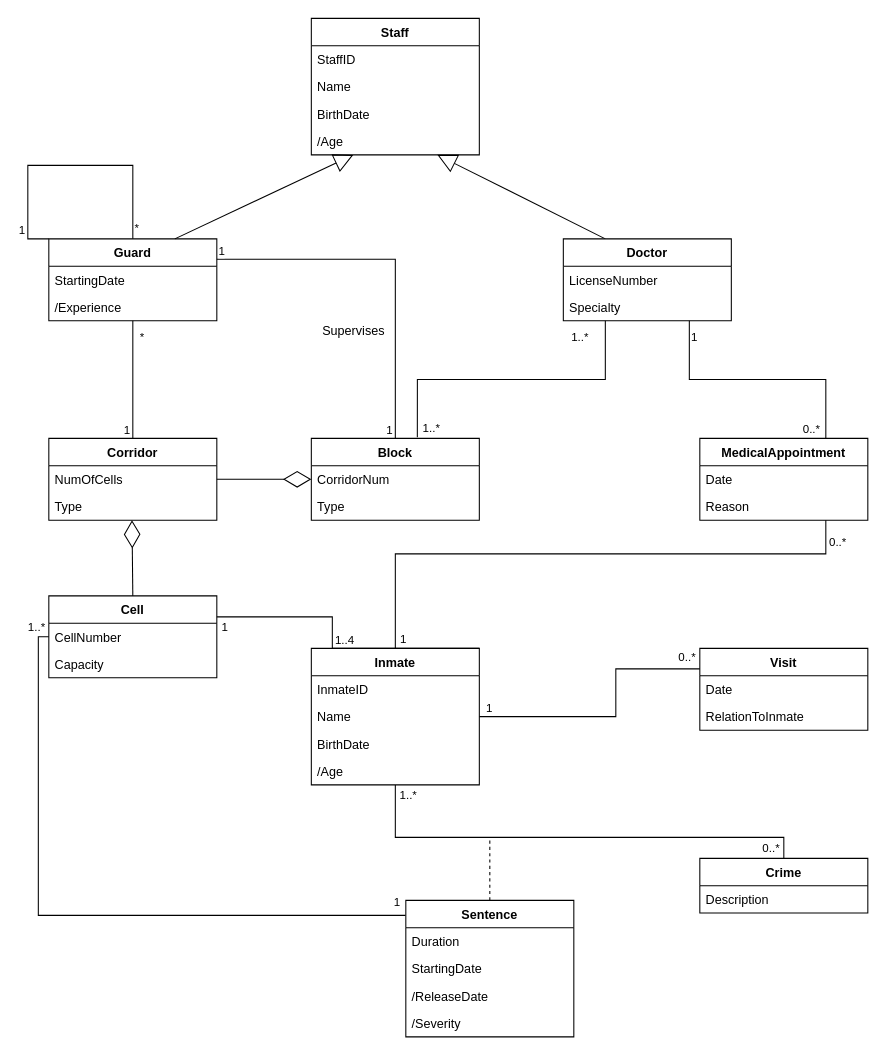
This is Untitled Diagram.drawio from up201706117/BD_PrisonProject, a draw.io file, before an edit. Source tidied: cells renumbered, new cells numbered last; positions are measured from the earlier drawing's top-left corner, leaving out a move shared by most shapes. Both pictures are drawn from the tidied source at 105%, with x=0, y=0 at pixel (27, 18).
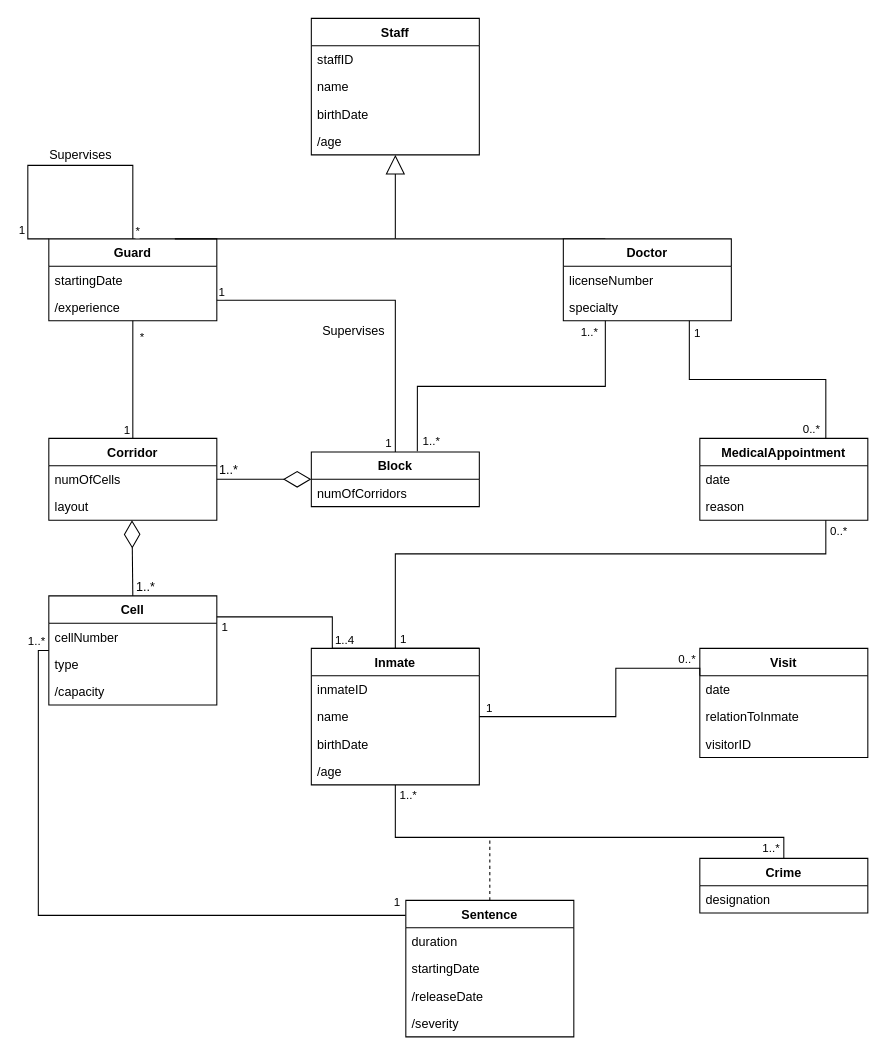
Above is the later version.

Unchanged cells that the change refers to:
```xml
<mxCell id="5" value="Corridor" style="swimlane;fontStyle=1;align=center;verticalAlign=top;horizontal=1;startSize=26;" parent="1" vertex="1">
  <mxGeometry x="20" y="400" width="160" height="78" as="geometry" />
</mxCell>
<mxCell id="8" value="Guard" style="swimlane;fontStyle=1;align=center;verticalAlign=top;horizontal=1;startSize=26;" parent="1" vertex="1">
  <mxGeometry x="20" y="210" width="160" height="78" as="geometry" />
</mxCell>
<mxCell id="14" value="Inmate" style="swimlane;fontStyle=1;align=center;verticalAlign=top;horizontal=1;startSize=26;" parent="1" vertex="1">
  <mxGeometry x="270" y="600" width="160" height="130" as="geometry" />
</mxCell>
<mxCell id="19" value="Sentence" style="swimlane;fontStyle=1;align=center;verticalAlign=top;horizontal=1;startSize=26;" parent="1" vertex="1">
  <mxGeometry x="360" y="840" width="160" height="130" as="geometry" />
</mxCell>
<mxCell id="24" value="Crime" style="swimlane;fontStyle=1;align=center;verticalAlign=top;horizontal=1;startSize=26;" parent="1" vertex="1">
  <mxGeometry x="640" y="800" width="160" height="52" as="geometry" />
</mxCell>
<mxCell id="30" value="Staff" style="swimlane;fontStyle=1;align=center;verticalAlign=top;horizontal=1;startSize=26;" parent="1" vertex="1">
  <mxGeometry x="270" width="160" height="130" as="geometry" />
</mxCell>
<mxCell id="39" value="MedicalAppointment" style="swimlane;fontStyle=1;align=center;verticalAlign=top;horizontal=1;startSize=26;" parent="1" vertex="1">
  <mxGeometry x="640" y="400" width="160" height="78" as="geometry" />
</mxCell>
<mxCell id="42" style="endArrow=none;html=1;edgeStyle=orthogonalEdgeStyle;rounded=0;strokeColor=#000000;entryX=1;entryY=0.5;entryDx=0;entryDy=0;exitX=0;exitY=0.25;exitDx=0;exitDy=0;" parent="1" edge="1" source="11" target="14">
  <mxGeometry relative="1" as="geometry">
    <Array as="points">
      <mxPoint x="560" y="619" />
      <mxPoint x="560" y="665" />
    </Array>
  </mxGeometry>
</mxCell>
<mxCell id="45" style="endArrow=none;html=1;edgeStyle=orthogonalEdgeStyle;rounded=0;strokeColor=#000000;exitX=0.5;exitY=0;exitDx=0;exitDy=0;entryX=0.5;entryY=1;entryDx=0;entryDy=0;" parent="1" edge="1" source="24" target="14">
  <mxGeometry relative="1" as="geometry">
    <Array as="points">
      <mxPoint x="720" y="780" />
      <mxPoint x="350" y="780" />
    </Array>
  </mxGeometry>
</mxCell>
<mxCell id="51" style="endArrow=none;html=1;edgeStyle=orthogonalEdgeStyle;rounded=0;strokeColor=#000000;entryX=0.75;entryY=0;entryDx=0;entryDy=0;exitX=0.75;exitY=1;exitDx=0;exitDy=0;" parent="1" edge="1" source="68" target="39">
  <mxGeometry relative="1" as="geometry" />
</mxCell>
<mxCell id="54" style="endArrow=none;html=1;edgeStyle=orthogonalEdgeStyle;rounded=0;strokeColor=#000000;exitX=1;exitY=0;exitDx=0;exitDy=0;entryX=0.75;entryY=1;entryDx=0;entryDy=0;" parent="1" edge="1" source="14" target="39">
  <mxGeometry relative="1" as="geometry">
    <Array as="points">
      <mxPoint x="350" y="600" />
      <mxPoint x="350" y="510" />
      <mxPoint x="760" y="510" />
    </Array>
  </mxGeometry>
</mxCell>
<mxCell id="60" style="endArrow=none;html=1;edgeStyle=orthogonalEdgeStyle;rounded=0;exitX=0.25;exitY=1;exitDx=0;exitDy=0;entryX=0.631;entryY=-0.013;entryDx=0;entryDy=0;entryPerimeter=0;" parent="1" edge="1" source="68" target="2">
  <mxGeometry relative="1" as="geometry" />
</mxCell>
<mxCell id="63" style="endArrow=none;html=1;edgeStyle=orthogonalEdgeStyle;rounded=0;entryX=0;entryY=0;entryDx=0;entryDy=0;exitX=0.5;exitY=0;exitDx=0;exitDy=0;" parent="1" edge="1" source="8" target="8">
  <mxGeometry relative="1" as="geometry">
    <Array as="points">
      <mxPoint x="100" y="140" />
      <mxPoint y="140" />
      <mxPoint y="210" />
    </Array>
  </mxGeometry>
</mxCell>
<mxCell id="68" value="Doctor" style="swimlane;fontStyle=1;align=center;verticalAlign=top;horizontal=1;startSize=26;" parent="1" vertex="1">
  <mxGeometry x="510" y="210" width="160" height="78" as="geometry" />
</mxCell>
```

Diff of the diagram source:
```diff
@@
     <mxCell id="2" value="Block" style="swimlane;fontStyle=1;align=center;verticalAlign=top;horizontal=1;startSize=26;" parent="1" vertex="1">
-      <mxGeometry x="270" y="400" width="160" height="78" as="geometry" />
+      <mxGeometry x="270" y="413" width="160" height="52" as="geometry" />
     </mxCell>
-    <mxCell id="3" value="CorridorNum" style="text;strokeColor=none;fillColor=none;align=left;verticalAlign=top;spacingLeft=4;spacingRight=4;overflow=hidden;fontStyle=0;" parent="2" vertex="1">
+    <mxCell id="3" value="numOfCorridors" style="text;strokeColor=none;fillColor=none;align=left;verticalAlign=top;spacingLeft=4;spacingRight=4;overflow=hidden;fontStyle=0;" parent="2" vertex="1">
       <mxGeometry y="26" width="160" height="26" as="geometry" />
     </mxCell>
-    <mxCell id="4" value="Type" style="text;strokeColor=none;fillColor=none;align=left;verticalAlign=top;spacingLeft=4;spacingRight=4;overflow=hidden;fontStyle=0;" parent="2" vertex="1">
-      <mxGeometry y="52" width="160" height="26" as="geometry" />
-    </mxCell>
@@
-    <mxCell id="6" value="NumOfCells" style="text;strokeColor=none;fillColor=none;align=left;verticalAlign=top;spacingLeft=4;spacingRight=4;overflow=hidden;" parent="5" vertex="1">
+    <mxCell id="6" value="numOfCells" style="text;strokeColor=none;fillColor=none;align=left;verticalAlign=top;spacingLeft=4;spacingRight=4;overflow=hidden;" parent="5" vertex="1">
       <mxGeometry y="26" width="160" height="26" as="geometry" />
     </mxCell>
-    <mxCell id="7" value="Type" style="text;strokeColor=none;fillColor=none;align=left;verticalAlign=top;spacingLeft=4;spacingRight=4;overflow=hidden;points=[[0,0.5],[1,0.5]];portConstraint=eastwest;" parent="5" vertex="1">
+    <mxCell id="7" value="layout" style="text;strokeColor=none;fillColor=none;align=left;verticalAlign=top;spacingLeft=4;spacingRight=4;overflow=hidden;points=[[0,0.5],[1,0.5]];portConstraint=eastwest;" parent="5" vertex="1">
       <mxGeometry y="52" width="160" height="26" as="geometry" />
     </mxCell>
@@
-    <mxCell id="9" value="StartingDate" style="text;strokeColor=none;fillColor=none;align=left;verticalAlign=top;spacingLeft=4;spacingRight=4;overflow=hidden;fontStyle=0;" parent="8" vertex="1">
+    <mxCell id="9" value="startingDate" style="text;strokeColor=none;fillColor=none;align=left;verticalAlign=top;spacingLeft=4;spacingRight=4;overflow=hidden;fontStyle=0;" parent="8" vertex="1">
       <mxGeometry y="26" width="160" height="26" as="geometry" />
     </mxCell>
-    <mxCell id="10" value="/Experience" style="text;strokeColor=none;fillColor=none;align=left;verticalAlign=top;spacingLeft=4;spacingRight=4;overflow=hidden;" parent="8" vertex="1">
+    <mxCell id="10" value="/experience" style="text;strokeColor=none;fillColor=none;align=left;verticalAlign=top;spacingLeft=4;spacingRight=4;overflow=hidden;" parent="8" vertex="1">
       <mxGeometry y="52" width="160" height="26" as="geometry" />
     </mxCell>
     <mxCell id="11" value="Visit&#10;" style="swimlane;fontStyle=1;align=center;verticalAlign=top;horizontal=1;startSize=26;" parent="1" vertex="1">
-      <mxGeometry x="640" y="600" width="160" height="78" as="geometry" />
+      <mxGeometry x="640" y="600" width="160" height="104" as="geometry" />
     </mxCell>
-    <mxCell id="12" value="Date" style="text;strokeColor=none;fillColor=none;align=left;verticalAlign=top;spacingLeft=4;spacingRight=4;overflow=hidden;" parent="11" vertex="1">
+    <mxCell id="12" value="date" style="text;strokeColor=none;fillColor=none;align=left;verticalAlign=top;spacingLeft=4;spacingRight=4;overflow=hidden;" parent="11" vertex="1">
       <mxGeometry y="26" width="160" height="26" as="geometry" />
     </mxCell>
-    <mxCell id="13" value="RelationToInmate" style="text;strokeColor=none;fillColor=none;align=left;verticalAlign=top;spacingLeft=4;spacingRight=4;overflow=hidden;" parent="11" vertex="1">
+    <mxCell id="13" value="relationToInmate" style="text;strokeColor=none;fillColor=none;align=left;verticalAlign=top;spacingLeft=4;spacingRight=4;overflow=hidden;" parent="11" vertex="1">
       <mxGeometry y="52" width="160" height="26" as="geometry" />
     </mxCell>
+    <mxCell id="76" value="visitorID" style="text;strokeColor=none;fillColor=none;align=left;verticalAlign=top;spacingLeft=4;spacingRight=4;overflow=hidden;" parent="11" vertex="1">
+      <mxGeometry y="78" width="160" height="26" as="geometry" />
+    </mxCell>
@@
-    <mxCell id="15" value="InmateID" style="text;strokeColor=none;fillColor=none;align=left;verticalAlign=top;spacingLeft=4;spacingRight=4;overflow=hidden;fontStyle=0;" parent="14" vertex="1">
+    <mxCell id="15" value="inmateID" style="text;strokeColor=none;fillColor=none;align=left;verticalAlign=top;spacingLeft=4;spacingRight=4;overflow=hidden;fontStyle=0;" parent="14" vertex="1">
       <mxGeometry y="26" width="160" height="26" as="geometry" />
     </mxCell>
-    <mxCell id="16" value="Name" style="text;strokeColor=none;fillColor=none;align=left;verticalAlign=top;spacingLeft=4;spacingRight=4;overflow=hidden;" parent="14" vertex="1">
+    <mxCell id="16" value="name" style="text;strokeColor=none;fillColor=none;align=left;verticalAlign=top;spacingLeft=4;spacingRight=4;overflow=hidden;" parent="14" vertex="1">
       <mxGeometry y="52" width="160" height="26" as="geometry" />
     </mxCell>
-    <mxCell id="17" value="BirthDate" style="text;strokeColor=none;fillColor=none;align=left;verticalAlign=top;spacingLeft=4;spacingRight=4;overflow=hidden;" parent="14" vertex="1">
+    <mxCell id="17" value="birthDate" style="text;strokeColor=none;fillColor=none;align=left;verticalAlign=top;spacingLeft=4;spacingRight=4;overflow=hidden;" parent="14" vertex="1">
       <mxGeometry y="78" width="160" height="26" as="geometry" />
     </mxCell>
-    <mxCell id="18" value="/Age" style="text;strokeColor=none;fillColor=none;align=left;verticalAlign=top;spacingLeft=4;spacingRight=4;overflow=hidden;" parent="14" vertex="1">
+    <mxCell id="18" value="/age" style="text;strokeColor=none;fillColor=none;align=left;verticalAlign=top;spacingLeft=4;spacingRight=4;overflow=hidden;" parent="14" vertex="1">
       <mxGeometry y="104" width="160" height="26" as="geometry" />
     </mxCell>
@@
-    <mxCell id="20" value="Duration" style="text;strokeColor=none;fillColor=none;align=left;verticalAlign=top;spacingLeft=4;spacingRight=4;overflow=hidden;fontStyle=0;" parent="19" vertex="1">
+    <mxCell id="20" value="duration" style="text;strokeColor=none;fillColor=none;align=left;verticalAlign=top;spacingLeft=4;spacingRight=4;overflow=hidden;fontStyle=0;" parent="19" vertex="1">
       <mxGeometry y="26" width="160" height="26" as="geometry" />
     </mxCell>
-    <mxCell id="21" value="StartingDate" style="text;strokeColor=none;fillColor=none;align=left;verticalAlign=top;spacingLeft=4;spacingRight=4;overflow=hidden;fontStyle=0;" parent="19" vertex="1">
+    <mxCell id="21" value="startingDate" style="text;strokeColor=none;fillColor=none;align=left;verticalAlign=top;spacingLeft=4;spacingRight=4;overflow=hidden;fontStyle=0;" parent="19" vertex="1">
       <mxGeometry y="52" width="160" height="26" as="geometry" />
     </mxCell>
-    <mxCell id="22" value="/ReleaseDate" style="text;strokeColor=none;fillColor=none;align=left;verticalAlign=top;spacingLeft=4;spacingRight=4;overflow=hidden;fontStyle=0;" parent="19" vertex="1">
+    <mxCell id="22" value="/releaseDate" style="text;strokeColor=none;fillColor=none;align=left;verticalAlign=top;spacingLeft=4;spacingRight=4;overflow=hidden;fontStyle=0;" parent="19" vertex="1">
       <mxGeometry y="78" width="160" height="26" as="geometry" />
     </mxCell>
-    <mxCell id="23" value="/Severity " style="text;strokeColor=none;fillColor=none;align=left;verticalAlign=top;spacingLeft=4;spacingRight=4;overflow=hidden;fontStyle=0;" parent="19" vertex="1">
+    <mxCell id="23" value="/severity " style="text;strokeColor=none;fillColor=none;align=left;verticalAlign=top;spacingLeft=4;spacingRight=4;overflow=hidden;fontStyle=0;" parent="19" vertex="1">
       <mxGeometry y="104" width="160" height="26" as="geometry" />
     </mxCell>
@@
-    <mxCell id="25" value="Description" style="text;strokeColor=none;fillColor=none;align=left;verticalAlign=top;spacingLeft=4;spacingRight=4;overflow=hidden;fontStyle=0;" parent="24" vertex="1">
+    <mxCell id="25" value="designation" style="text;strokeColor=none;fillColor=none;align=left;verticalAlign=top;spacingLeft=4;spacingRight=4;overflow=hidden;fontStyle=0;" parent="24" vertex="1">
       <mxGeometry y="26" width="160" height="26" as="geometry" />
     </mxCell>
     <mxCell id="26" value="Cell" style="swimlane;fontStyle=1;align=center;verticalAlign=top;horizontal=1;startSize=26;" parent="1" vertex="1">
-      <mxGeometry x="20" y="550" width="160" height="78" as="geometry" />
+      <mxGeometry x="20" y="550" width="160" height="104" as="geometry" />
     </mxCell>
-    <mxCell id="27" value="CellNumber" style="text;strokeColor=none;fillColor=none;align=left;verticalAlign=top;spacingLeft=4;spacingRight=4;overflow=hidden;" parent="26" vertex="1">
+    <mxCell id="27" value="cellNumber" style="text;strokeColor=none;fillColor=none;align=left;verticalAlign=top;spacingLeft=4;spacingRight=4;overflow=hidden;" parent="26" vertex="1">
       <mxGeometry y="26" width="160" height="26" as="geometry" />
     </mxCell>
-    <mxCell id="28" value="Capacity" style="text;strokeColor=none;fillColor=none;align=left;verticalAlign=top;spacingLeft=4;spacingRight=4;overflow=hidden;" parent="26" vertex="1">
+    <mxCell id="28" value="type" style="text;strokeColor=none;fillColor=none;align=left;verticalAlign=top;spacingLeft=4;spacingRight=4;overflow=hidden;" parent="26" vertex="1">
       <mxGeometry y="52" width="160" height="26" as="geometry" />
     </mxCell>
+    <mxCell id="77" value="/capacity" style="text;strokeColor=none;fillColor=none;align=left;verticalAlign=top;spacingLeft=4;spacingRight=4;overflow=hidden;" parent="26" vertex="1">
+      <mxGeometry y="78" width="160" height="26" as="geometry" />
+    </mxCell>
-    <mxCell id="29" style="endArrow=block;endSize=16;endFill=0;html=1;rounded=0;strokeColor=#000000;exitX=0.75;exitY=0;exitDx=0;exitDy=0;entryX=0.25;entryY=1;entryDx=0;entryDy=0;" parent="1" edge="1" source="8" target="30">
-      <mxGeometry relative="1" as="geometry" />
+    <mxCell id="29" style="endArrow=none;endSize=16;endFill=0;html=1;rounded=0;strokeColor=#000000;exitX=0.75;exitY=0;exitDx=0;exitDy=0;" parent="1" edge="1" source="8">
+      <mxGeometry relative="1" as="geometry">
+        <mxPoint x="350" y="210" as="targetPoint" />
+      </mxGeometry>
     </mxCell>
@@
-    <mxCell id="31" value="StaffID" style="text;strokeColor=none;fillColor=none;align=left;verticalAlign=top;spacingLeft=4;spacingRight=4;overflow=hidden;fontStyle=0;" parent="30" vertex="1">
+    <mxCell id="31" value="staffID" style="text;strokeColor=none;fillColor=none;align=left;verticalAlign=top;spacingLeft=4;spacingRight=4;overflow=hidden;fontStyle=0;" parent="30" vertex="1">
       <mxGeometry y="26" width="160" height="26" as="geometry" />
     </mxCell>
-    <mxCell id="32" value="Name" style="text;strokeColor=none;fillColor=none;align=left;verticalAlign=top;spacingLeft=4;spacingRight=4;overflow=hidden;" parent="30" vertex="1">
+    <mxCell id="32" value="name" style="text;strokeColor=none;fillColor=none;align=left;verticalAlign=top;spacingLeft=4;spacingRight=4;overflow=hidden;" parent="30" vertex="1">
       <mxGeometry y="52" width="160" height="26" as="geometry" />
     </mxCell>
-    <mxCell id="33" value="BirthDate" style="text;strokeColor=none;fillColor=none;align=left;verticalAlign=top;spacingLeft=4;spacingRight=4;overflow=hidden;" parent="30" vertex="1">
+    <mxCell id="33" value="birthDate" style="text;strokeColor=none;fillColor=none;align=left;verticalAlign=top;spacingLeft=4;spacingRight=4;overflow=hidden;" parent="30" vertex="1">
       <mxGeometry y="78" width="160" height="26" as="geometry" />
     </mxCell>
-    <mxCell id="34" value="/Age" style="text;strokeColor=none;fillColor=none;align=left;verticalAlign=top;spacingLeft=4;spacingRight=4;overflow=hidden;" parent="30" vertex="1">
+    <mxCell id="34" value="/age" style="text;strokeColor=none;fillColor=none;align=left;verticalAlign=top;spacingLeft=4;spacingRight=4;overflow=hidden;" parent="30" vertex="1">
       <mxGeometry y="104" width="160" height="26" as="geometry" />
     </mxCell>
-    <mxCell id="35" style="endArrow=block;endSize=16;endFill=0;html=1;rounded=0;strokeColor=#000000;exitX=0.25;exitY=0;exitDx=0;exitDy=0;entryX=0.75;entryY=1;entryDx=0;entryDy=0;" parent="1" edge="1" source="68" target="30">
-      <mxGeometry relative="1" as="geometry" />
+    <mxCell id="35" style="endArrow=none;endSize=16;endFill=0;html=1;rounded=0;strokeColor=#000000;exitX=0.25;exitY=0;exitDx=0;exitDy=0;" parent="1" edge="1" source="68">
+      <mxGeometry relative="1" as="geometry">
+        <mxPoint x="350" y="210" as="targetPoint" />
+      </mxGeometry>
     </mxCell>
@@
-    <mxCell id="40" value="Date" style="text;strokeColor=none;fillColor=none;align=left;verticalAlign=top;spacingLeft=4;spacingRight=4;overflow=hidden;" parent="39" vertex="1">
+    <mxCell id="40" value="date" style="text;strokeColor=none;fillColor=none;align=left;verticalAlign=top;spacingLeft=4;spacingRight=4;overflow=hidden;" parent="39" vertex="1">
       <mxGeometry y="26" width="160" height="26" as="geometry" />
     </mxCell>
-    <mxCell id="41" value="Reason" style="text;strokeColor=none;fillColor=none;align=left;verticalAlign=top;spacingLeft=4;spacingRight=4;overflow=hidden;" parent="39" vertex="1">
+    <mxCell id="41" value="reason" style="text;strokeColor=none;fillColor=none;align=left;verticalAlign=top;spacingLeft=4;spacingRight=4;overflow=hidden;" parent="39" vertex="1">
       <mxGeometry y="52" width="160" height="26" as="geometry" />
     </mxCell>
@@
     <mxCell id="43" value="0..*" style="edgeLabel;html=1;align=left;verticalAlign=bottom;strokeColor=#000000;" parent="42" vertex="1">
       <mxGeometry x="-1" relative="1" as="geometry">
-        <mxPoint x="-22" y="-3" as="offset" />
+        <mxPoint x="-22" y="-8" as="offset" />
       </mxGeometry>
     </mxCell>
@@
-    <mxCell id="46" value="0..*" style="edgeLabel;html=1;align=left;verticalAlign=bottom;strokeColor=#000000;" parent="45" vertex="1">
+    <mxCell id="46" value="1..*" style="edgeLabel;html=1;align=left;verticalAlign=bottom;strokeColor=#000000;" parent="45" vertex="1">
       <mxGeometry x="-1" relative="1" as="geometry">
         <mxPoint x="-22" y="-2" as="offset" />
       </mxGeometry>
     </mxCell>
@@
     <mxCell id="52" value="1" style="edgeLabel;html=1;align=left;verticalAlign=bottom;strokeColor=#000000;" parent="51" vertex="1">
       <mxGeometry x="-1" relative="1" as="geometry">
-        <mxPoint y="24" as="offset" />
+        <mxPoint x="3" y="20" as="offset" />
       </mxGeometry>
     </mxCell>
@@
     <mxCell id="56" value="0..*" style="edgeLabel;html=1;align=right;verticalAlign=bottom;strokeColor=#000000;" parent="54" vertex="1">
       <mxGeometry x="1" relative="1" as="geometry">
-        <mxPoint x="20" y="29" as="offset" />
+        <mxPoint x="21" y="19" as="offset" />
       </mxGeometry>
     </mxCell>
@@
     <mxCell id="61" value="1..*" style="edgeLabel;html=1;align=left;verticalAlign=bottom;" parent="60" vertex="1">
       <mxGeometry x="-1" relative="1" as="geometry">
-        <mxPoint x="-34" y="24" as="offset" />
+        <mxPoint x="-25" y="19" as="offset" />
       </mxGeometry>
     </mxCell>
@@
     <mxCell id="64" value="*" style="edgeLabel;html=1;align=left;verticalAlign=bottom;" parent="63" vertex="1">
       <mxGeometry x="-1" relative="1" as="geometry">
-        <mxPoint y="-2" as="offset" />
+        <mxPoint x="1" y="1" as="offset" />
       </mxGeometry>
     </mxCell>
@@
-    <mxCell id="69" value="LicenseNumber" style="text;strokeColor=none;fillColor=none;align=left;verticalAlign=top;spacingLeft=4;spacingRight=4;overflow=hidden;fontStyle=0;" parent="68" vertex="1">
+    <mxCell id="69" value="licenseNumber" style="text;strokeColor=none;fillColor=none;align=left;verticalAlign=top;spacingLeft=4;spacingRight=4;overflow=hidden;fontStyle=0;" parent="68" vertex="1">
       <mxGeometry y="26" width="160" height="26" as="geometry" />
     </mxCell>
-    <mxCell id="70" value="Specialty" style="text;strokeColor=none;fillColor=none;align=left;verticalAlign=top;spacingLeft=4;spacingRight=4;overflow=hidden;fontStyle=0;" parent="68" vertex="1">
+    <mxCell id="70" value="specialty" style="text;strokeColor=none;fillColor=none;align=left;verticalAlign=top;spacingLeft=4;spacingRight=4;overflow=hidden;fontStyle=0;" parent="68" vertex="1">
       <mxGeometry y="52" width="160" height="26" as="geometry" />
     </mxCell>
@@
-    <mxCell id="73" style="endArrow=none;html=1;edgeStyle=orthogonalEdgeStyle;rounded=0;exitX=1;exitY=0.25;exitDx=0;exitDy=0;entryX=0.5;entryY=0;entryDx=0;entryDy=0;" parent="1" edge="1" source="8" target="2">
+    <mxCell id="73" style="endArrow=none;html=1;edgeStyle=orthogonalEdgeStyle;rounded=0;exitX=1;exitY=0.75;exitDx=0;exitDy=0;entryX=0.5;entryY=0;entryDx=0;entryDy=0;" parent="1" edge="1" source="8" target="2">
       <mxGeometry relative="1" as="geometry" />
     </mxCell>
@@
     <mxCell id="75" value="1" style="edgeLabel;html=1;align=right;verticalAlign=bottom;" parent="73" vertex="1">
       <mxGeometry x="1" relative="1" as="geometry">
-        <mxPoint x="-2" y="-1" as="offset" />
+        <mxPoint x="-3" y="-1" as="offset" />
       </mxGeometry>
     </mxCell>
+    <mxCell id="78" value="1..*" style="text;html=1;align=center;verticalAlign=middle;strokeColor=none;fillColor=none;" parent="1" vertex="1">
+      <mxGeometry x="176" y="420" width="30" height="20" as="geometry" />
+    </mxCell>
+    <mxCell id="79" value="1..*" style="text;html=1;align=center;verticalAlign=middle;strokeColor=none;fillColor=none;" parent="1" vertex="1">
+      <mxGeometry x="97" y="532" width="30" height="20" as="geometry" />
+    </mxCell>
+    <mxCell id="80" value="Supervises" style="text;html=1;align=center;verticalAlign=middle;strokeColor=none;fillColor=none;" parent="1" vertex="1">
+      <mxGeometry x="10" y="120" width="80" height="20" as="geometry" />
+    </mxCell>
+    <mxCell id="81" style="endArrow=block;endSize=16;endFill=0;html=1;rounded=0;entryX=0.5;entryY=1;entryDx=0;entryDy=0;" parent="1" edge="1" target="30">
+      <mxGeometry relative="1" as="geometry">
+        <mxPoint x="350" y="210" as="sourcePoint" />
+      </mxGeometry>
+    </mxCell>
```
